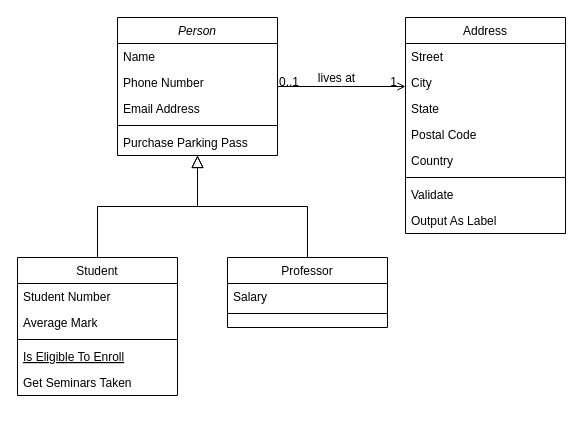
Above: Untitled Diagram.drawio in mjsites2/mjsites2.github.io (draw.io), before the change. Source tidied: cells renumbered, new cells numbered last; positions are measured from the earlier drawing's top-left corner, leaving out a move shared by most shapes. Both pictures are drawn from the tidied source at 100%, with x=0, y=0 at pixel (17, 17).
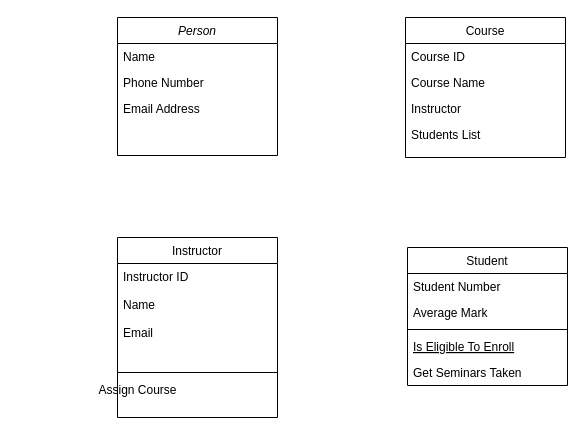
The same diagram, later.

The change refers to these unchanged cells:
```xml
<mxCell id="2" value="Person" style="swimlane;fontStyle=2;align=center;verticalAlign=top;horizontal=1;startSize=26;rounded=0;shadow=0;strokeWidth=1;" parent="1" vertex="1">
  <mxGeometry x="100" width="160" height="138" as="geometry" />
</mxCell>
```

What changed in the source:
```diff
@@
-    <mxCell id="6" style="line;html=1;strokeWidth=1;align=left;verticalAlign=middle;spacingTop=-1;spacingLeft=3;spacingRight=3;labelPosition=right;" parent="2" vertex="1">
-      <mxGeometry y="104" width="160" height="8" as="geometry" />
-    </mxCell>
-    <mxCell id="7" value="Purchase Parking Pass" style="text;align=left;verticalAlign=top;spacingLeft=4;spacingRight=4;overflow=hidden;" parent="2" vertex="1">
-      <mxGeometry y="112" width="160" height="26" as="geometry" />
-    </mxCell>
     <mxCell id="8" value="Student" style="swimlane;fontStyle=0;align=center;verticalAlign=top;horizontal=1;startSize=26;rounded=0;shadow=0;strokeWidth=1;" parent="1" vertex="1">
-      <mxGeometry y="240" width="160" height="138" as="geometry" />
+      <mxGeometry x="390" y="230" width="160" height="138" as="geometry" />
     </mxCell>
@@
-    <mxCell id="14" style="endArrow=block;endSize=10;endFill=0;shadow=0;strokeWidth=1;rounded=0;edgeStyle=elbowEdgeStyle;elbow=vertical;" parent="1" edge="1" source="8" target="2">
-      <mxGeometry relative="1" as="geometry" />
-    </mxCell>
-    <mxCell id="15" value="Professor" style="swimlane;fontStyle=0;align=center;verticalAlign=top;horizontal=1;startSize=26;rounded=0;shadow=0;strokeWidth=1;" parent="1" vertex="1">
-      <mxGeometry x="210" y="240" width="160" height="70" as="geometry" />
+    <mxCell id="15" value="Instructor" style="swimlane;fontStyle=0;align=center;verticalAlign=top;horizontal=1;startSize=26;rounded=0;shadow=0;strokeWidth=1;" parent="1" vertex="1">
+      <mxGeometry x="100" y="220" width="160" height="180" as="geometry" />
     </mxCell>
-    <mxCell id="16" value="Salary" style="text;align=left;verticalAlign=top;spacingLeft=4;spacingRight=4;overflow=hidden;" parent="15" vertex="1">
-      <mxGeometry y="26" width="160" height="26" as="geometry" />
+    <mxCell id="16" value="Instructor ID&#10;&#10;Name&#10;&#10;Email" style="text;align=left;verticalAlign=top;spacingLeft=4;spacingRight=4;overflow=hidden;" parent="15" vertex="1">
+      <mxGeometry y="26" width="160" height="104" as="geometry" />
     </mxCell>
     <mxCell id="17" style="line;html=1;strokeWidth=1;align=left;verticalAlign=middle;spacingTop=-1;spacingLeft=3;spacingRight=3;labelPosition=right;" parent="15" vertex="1">
-      <mxGeometry y="52" width="160" height="8" as="geometry" />
+      <mxGeometry y="130" width="160" height="10" as="geometry" />
     </mxCell>
-    <mxCell id="18" style="endArrow=block;endSize=10;endFill=0;shadow=0;strokeWidth=1;rounded=0;edgeStyle=elbowEdgeStyle;elbow=vertical;" parent="1" edge="1" source="15" target="2">
-      <mxGeometry relative="1" as="geometry" />
-    </mxCell>
-    <mxCell id="19" value="Address" style="swimlane;fontStyle=0;align=center;verticalAlign=top;horizontal=1;startSize=26;rounded=0;shadow=0;strokeWidth=1;" parent="1" vertex="1">
-      <mxGeometry x="388" width="160" height="216" as="geometry" />
+    <mxCell id="19" value="Course" style="swimlane;fontStyle=0;align=center;verticalAlign=top;horizontal=1;startSize=26;rounded=0;shadow=0;strokeWidth=1;" parent="1" vertex="1">
+      <mxGeometry x="388" width="160" height="140" as="geometry" />
     </mxCell>
-    <mxCell id="20" value="Street" style="text;align=left;verticalAlign=top;spacingLeft=4;spacingRight=4;overflow=hidden;" parent="19" vertex="1">
+    <mxCell id="20" value="Course ID" style="text;align=left;verticalAlign=top;spacingLeft=4;spacingRight=4;overflow=hidden;" parent="19" vertex="1">
       <mxGeometry y="26" width="160" height="26" as="geometry" />
     </mxCell>
-    <mxCell id="21" value="City" style="text;align=left;verticalAlign=top;spacingLeft=4;spacingRight=4;overflow=hidden;rounded=0;shadow=0;html=0;" parent="19" vertex="1">
+    <mxCell id="21" value="Course Name" style="text;align=left;verticalAlign=top;spacingLeft=4;spacingRight=4;overflow=hidden;rounded=0;shadow=0;html=0;" parent="19" vertex="1">
       <mxGeometry y="52" width="160" height="26" as="geometry" />
     </mxCell>
-    <mxCell id="22" value="State" style="text;align=left;verticalAlign=top;spacingLeft=4;spacingRight=4;overflow=hidden;rounded=0;shadow=0;html=0;" parent="19" vertex="1">
+    <mxCell id="22" value="Instructor" style="text;align=left;verticalAlign=top;spacingLeft=4;spacingRight=4;overflow=hidden;rounded=0;shadow=0;html=0;" parent="19" vertex="1">
       <mxGeometry y="78" width="160" height="26" as="geometry" />
     </mxCell>
-    <mxCell id="23" value="Postal Code" style="text;align=left;verticalAlign=top;spacingLeft=4;spacingRight=4;overflow=hidden;rounded=0;shadow=0;html=0;" parent="19" vertex="1">
+    <mxCell id="23" value="Students List" style="text;align=left;verticalAlign=top;spacingLeft=4;spacingRight=4;overflow=hidden;rounded=0;shadow=0;html=0;" parent="19" vertex="1">
       <mxGeometry y="104" width="160" height="26" as="geometry" />
     </mxCell>
-    <mxCell id="24" value="Country" style="text;align=left;verticalAlign=top;spacingLeft=4;spacingRight=4;overflow=hidden;rounded=0;shadow=0;html=0;" parent="19" vertex="1">
-      <mxGeometry y="130" width="160" height="26" as="geometry" />
-    </mxCell>
-    <mxCell id="25" style="line;html=1;strokeWidth=1;align=left;verticalAlign=middle;spacingTop=-1;spacingLeft=3;spacingRight=3;labelPosition=right;" parent="19" vertex="1">
-      <mxGeometry y="156" width="160" height="8" as="geometry" />
-    </mxCell>
-    <mxCell id="26" value="Validate" style="text;align=left;verticalAlign=top;spacingLeft=4;spacingRight=4;overflow=hidden;" parent="19" vertex="1">
-      <mxGeometry y="164" width="160" height="26" as="geometry" />
-    </mxCell>
-    <mxCell id="27" value="Output As Label" style="text;align=left;verticalAlign=top;spacingLeft=4;spacingRight=4;overflow=hidden;" parent="19" vertex="1">
-      <mxGeometry y="190" width="160" height="26" as="geometry" />
-    </mxCell>
-    <mxCell id="28" style="endArrow=open;shadow=0;strokeWidth=1;rounded=0;endFill=1;edgeStyle=elbowEdgeStyle;elbow=vertical;" parent="1" edge="1" source="2" target="19">
-      <mxGeometry x="0.5" y="41" relative="1" as="geometry">
-        <mxPoint x="-40" y="32" as="offset" />
-      </mxGeometry>
-    </mxCell>
-    <mxCell id="29" value="0..1" style="align=left;verticalAlign=bottom;labelBackgroundColor=none;fontSize=12;" parent="28" vertex="1">
-      <mxGeometry x="-1" relative="1" as="geometry">
-        <mxPoint y="4" as="offset" />
-      </mxGeometry>
-    </mxCell>
-    <mxCell id="30" value="1" style="align=right;verticalAlign=bottom;labelBackgroundColor=none;fontSize=12;" parent="28" vertex="1">
-      <mxGeometry x="1" relative="1" as="geometry">
-        <mxPoint x="-7" y="4" as="offset" />
-      </mxGeometry>
-    </mxCell>
-    <mxCell id="31" value="lives at" style="text;html=1;align=center;verticalAlign=middle;labelBackgroundColor=none;rounded=0;shadow=0;strokeWidth=1;fontSize=12;" parent="28" vertex="1">
-      <mxGeometry x="0.5" y="49" relative="1" as="geometry">
-        <mxPoint x="-38" y="40" as="offset" />
-      </mxGeometry>
-    </mxCell>
+    <mxCell id="32" value="Assign Course" style="text;html=1;align=center;verticalAlign=middle;strokeColor=none;fillColor=none;" parent="1" vertex="1">
+      <mxGeometry x="70" y="358" width="100" height="30" as="geometry" />
+    </mxCell>
```
